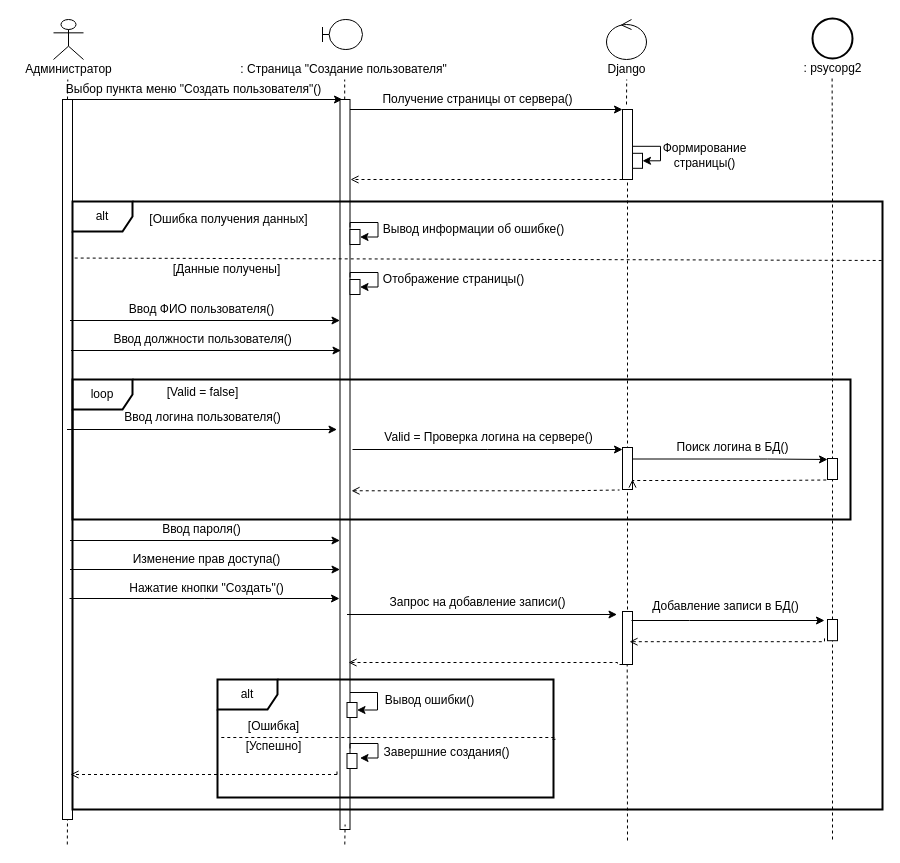
Earlier version of the draw.io diagram page "Просмотр статистики" (1 of 2) of Курсач/Draw io/Диаграмма последовательности «Создание пользователя».drawio (JolyBin/-Study). Source tidied: cells renumbered, new cells numbered last; positions are measured from the earlier drawing's top-left corner, leaving out a move shared by most shapes. Both pictures are drawn from the tidied source at 100%, with x=0, y=0 at pixel (17, 18).
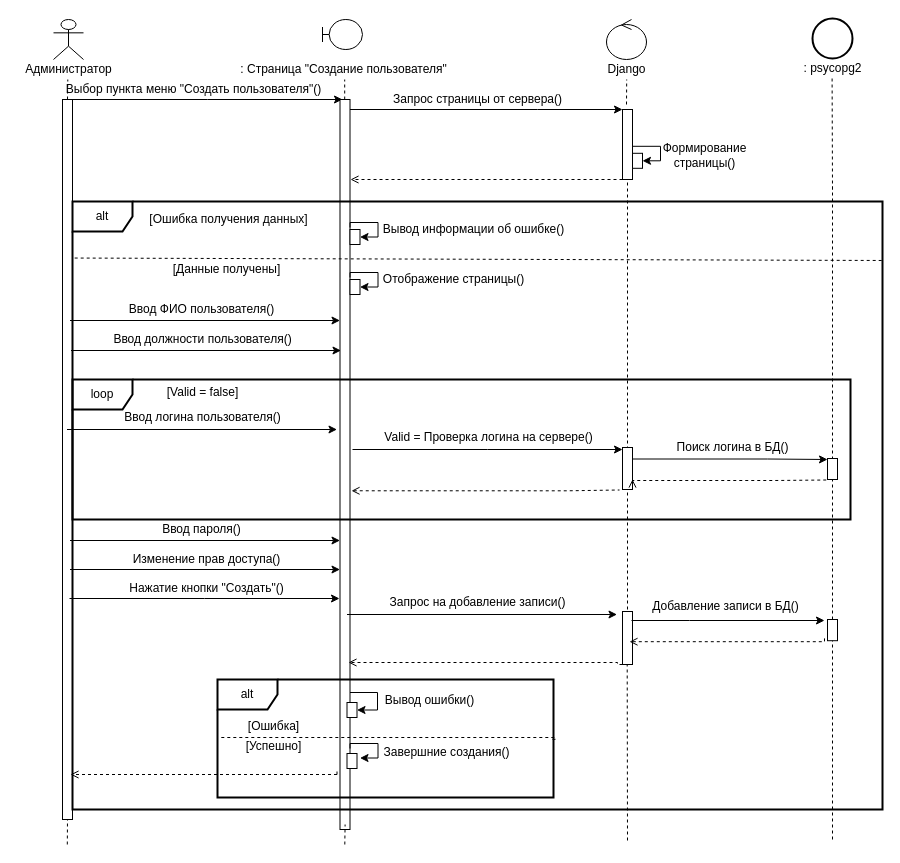
Above is the later version.

What changed in the source:
```diff
@@
-    <mxCell id="25" value="Получение страницы от сервера()" style="text;html=1;align=center;verticalAlign=middle;" parent="1" vertex="1">
-      <mxGeometry x="360" y="72" width="200" height="18" as="geometry" />
+    <mxCell id="25" value="Запрос страницы от сервера()" style="text;html=1;align=center;verticalAlign=middle;" parent="1" vertex="1">
+      <mxGeometry x="370" y="71" width="180" height="20" as="geometry" />
     </mxCell>
```
